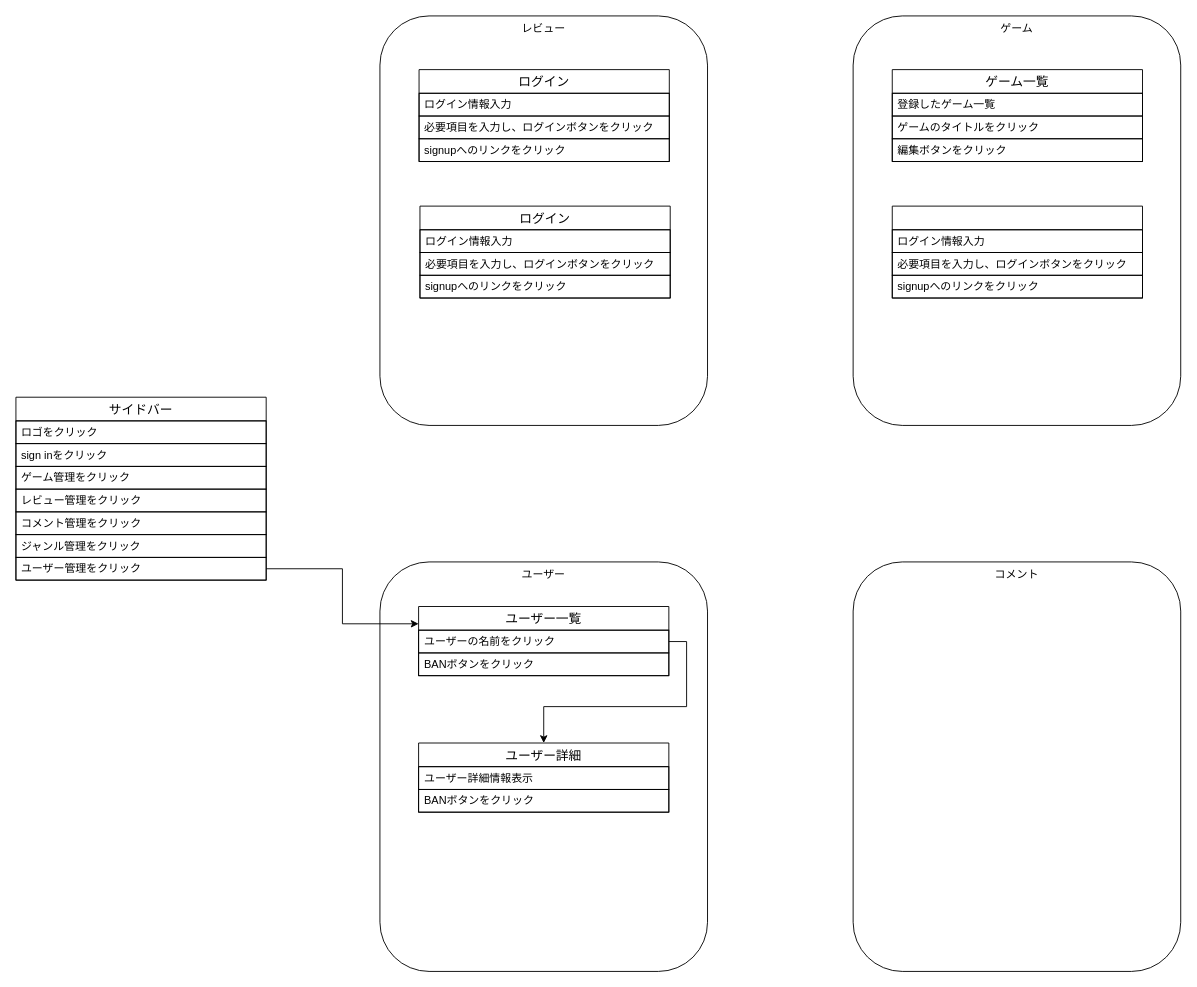
The draw.io diagram GRG_admin.drawio in kuropAqn/grg, before the edit. Source tidied: cells renumbered, new cells numbered last; positions are measured from the earlier drawing's top-left corner, leaving out a move shared by most shapes. Both pictures are drawn from the tidied source at 91%, with x=0, y=0 at pixel (15, 15).
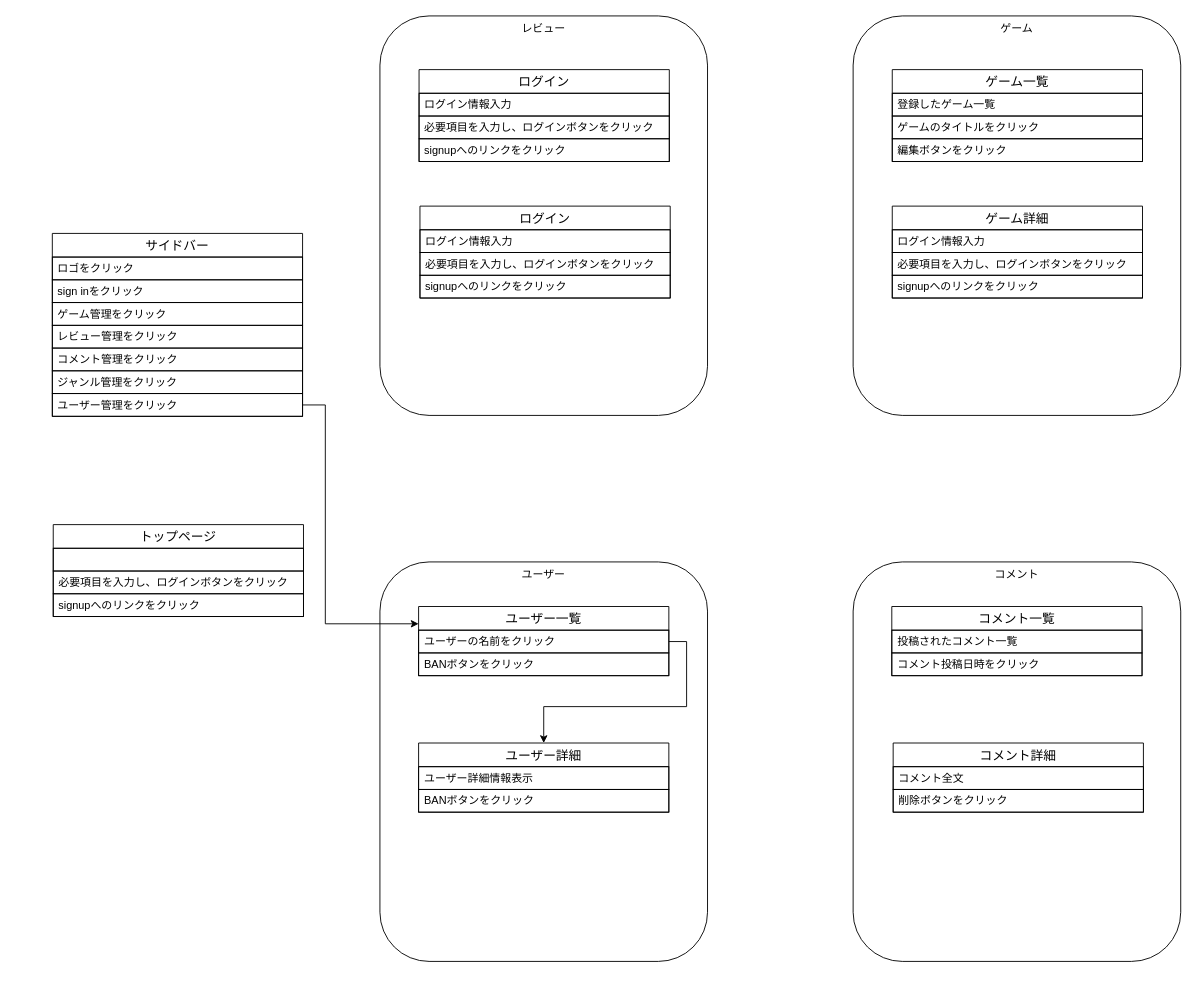
Above is the later version.

Commit message (it also covers changes not shown here):
GRG_admin.drawio を更新します

Unchanged cells that the change refers to:
```xml
<mxCell id="9" value="ユーザー管理をクリック" style="text;strokeColor=default;fillColor=none;spacingLeft=4;spacingRight=4;overflow=hidden;points=[[0,0.5],[1,0.5]];portConstraint=eastwest;fontSize=12;whiteSpace=wrap;html=1;verticalAlign=middle;align=left;" parent="2" vertex="1">
  <mxGeometry y="176" width="275" height="25" as="geometry" />
</mxCell>
<mxCell id="17" value="ユーザー一覧" style="swimlane;fontStyle=0;horizontal=1;startSize=26;align=center;fontSize=14;" parent="1" vertex="1">
  <mxGeometry x="442.5" y="649" width="275" height="76" as="geometry" />
</mxCell>
```

The edit, as a diff of the source:
```diff
@@
     <mxCell id="2" value="サイドバー" style="swimlane;fontStyle=0;horizontal=1;startSize=26;align=center;fontSize=14;" parent="1" vertex="1">
-      <mxGeometry y="419" width="275" height="201" as="geometry" />
+      <mxGeometry x="40" y="239" width="275" height="201" as="geometry" />
     </mxCell>
@@
     <mxCell id="10" value="レビュー" style="rounded=1;whiteSpace=wrap;html=1;verticalAlign=top;" parent="1" vertex="1">
-      <mxGeometry x="400" width="360" height="450" as="geometry" />
+      <mxGeometry x="400" width="360" height="439" as="geometry" />
     </mxCell>
     <mxCell id="11" value="コメント" style="rounded=1;whiteSpace=wrap;html=1;verticalAlign=top;" parent="1" vertex="1">
-      <mxGeometry x="920" y="600" width="360" height="450" as="geometry" />
+      <mxGeometry x="920" y="600" width="360" height="439" as="geometry" />
     </mxCell>
     <mxCell id="12" value="ユーザー" style="rounded=1;whiteSpace=wrap;html=1;verticalAlign=top;" parent="1" vertex="1">
-      <mxGeometry x="400" y="600" width="360" height="450" as="geometry" />
+      <mxGeometry x="400" y="600" width="360" height="439" as="geometry" />
     </mxCell>
     <mxCell id="13" value="ゲーム" style="rounded=1;whiteSpace=wrap;html=1;verticalAlign=top;" parent="1" vertex="1">
-      <mxGeometry x="920" width="360" height="450" as="geometry" />
+      <mxGeometry x="920" width="360" height="439" as="geometry" />
     </mxCell>
@@
     <mxCell id="28" style="edgeStyle=orthogonalEdgeStyle;rounded=0;jettySize=auto;html=1;exitX=1;exitY=0.5;exitDx=0;exitDy=0;entryX=0;entryY=0.25;entryDx=0;entryDy=0;" parent="1" edge="1" source="9" target="17">
-      <mxGeometry relative="1" as="geometry" />
+      <mxGeometry relative="1" as="geometry">
+        <Array as="points">
+          <mxPoint x="340" y="428" />
+          <mxPoint x="340" y="668" />
+        </Array>
+      </mxGeometry>
     </mxCell>
@@
-    <mxCell id="34" style="swimlane;fontStyle=0;horizontal=1;startSize=26;align=center;fontSize=14;" parent="1" vertex="1">
+    <mxCell id="34" value="ゲーム詳細" style="swimlane;fontStyle=0;horizontal=1;startSize=26;align=center;fontSize=14;" parent="1" vertex="1">
       <mxGeometry x="963" y="209" width="275" height="101" as="geometry" />
     </mxCell>
@@
+    <mxCell id="38" value="トップページ" style="swimlane;fontStyle=0;horizontal=1;startSize=26;align=center;fontSize=14;" parent="1" vertex="1">
+      <mxGeometry x="41" y="559" width="275" height="101" as="geometry" />
+    </mxCell>
+    <mxCell id="39" style="text;strokeColor=default;fillColor=none;spacingLeft=4;spacingRight=4;overflow=hidden;fontSize=12;whiteSpace=wrap;html=1;verticalAlign=middle;align=left;" parent="38" vertex="1">
+      <mxGeometry y="26" width="275" height="25" as="geometry" />
+    </mxCell>
+    <mxCell id="40" value="必要項目を入力し、ログインボタンをクリック" style="text;strokeColor=default;fillColor=none;spacingLeft=4;spacingRight=4;overflow=hidden;fontSize=12;whiteSpace=wrap;html=1;verticalAlign=middle;align=left;" parent="38" vertex="1">
+      <mxGeometry y="51" width="275" height="25" as="geometry" />
+    </mxCell>
+    <mxCell id="41" value="signupへのリンクをクリック" style="text;strokeColor=default;fillColor=none;spacingLeft=4;spacingRight=4;overflow=hidden;fontSize=12;whiteSpace=wrap;html=1;verticalAlign=middle;align=left;" parent="38" vertex="1">
+      <mxGeometry y="76" width="275" height="25" as="geometry" />
+    </mxCell>
+    <mxCell id="42" value="コメント一覧" style="swimlane;fontStyle=0;horizontal=1;startSize=26;align=center;fontSize=14;" parent="1" vertex="1">
+      <mxGeometry x="962.5" y="649" width="275" height="76" as="geometry" />
+    </mxCell>
+    <mxCell id="43" value="投稿されたコメント一覧" style="text;strokeColor=default;fillColor=none;spacingLeft=4;spacingRight=4;overflow=hidden;fontSize=12;whiteSpace=wrap;html=1;verticalAlign=middle;align=left;" parent="42" vertex="1">
+      <mxGeometry y="26" width="275" height="25" as="geometry" />
+    </mxCell>
+    <mxCell id="44" value="コメント投稿日時をクリック" style="text;strokeColor=default;fillColor=none;spacingLeft=4;spacingRight=4;overflow=hidden;fontSize=12;whiteSpace=wrap;html=1;verticalAlign=middle;align=left;" parent="42" vertex="1">
+      <mxGeometry y="51" width="275" height="25" as="geometry" />
+    </mxCell>
+    <mxCell id="45" value="コメント詳細" style="swimlane;fontStyle=0;horizontal=1;startSize=26;align=center;fontSize=14;" parent="1" vertex="1">
+      <mxGeometry x="964" y="799" width="275" height="76" as="geometry" />
+    </mxCell>
+    <mxCell id="46" value="コメント全文" style="text;strokeColor=default;fillColor=none;spacingLeft=4;spacingRight=4;overflow=hidden;fontSize=12;whiteSpace=wrap;html=1;verticalAlign=middle;align=left;" parent="45" vertex="1">
+      <mxGeometry y="26" width="275" height="25" as="geometry" />
+    </mxCell>
+    <mxCell id="47" value="削除ボタンをクリック" style="text;strokeColor=default;fillColor=none;spacingLeft=4;spacingRight=4;overflow=hidden;fontSize=12;whiteSpace=wrap;html=1;verticalAlign=middle;align=left;" parent="45" vertex="1">
+      <mxGeometry y="51" width="275" height="25" as="geometry" />
+    </mxCell>
```
